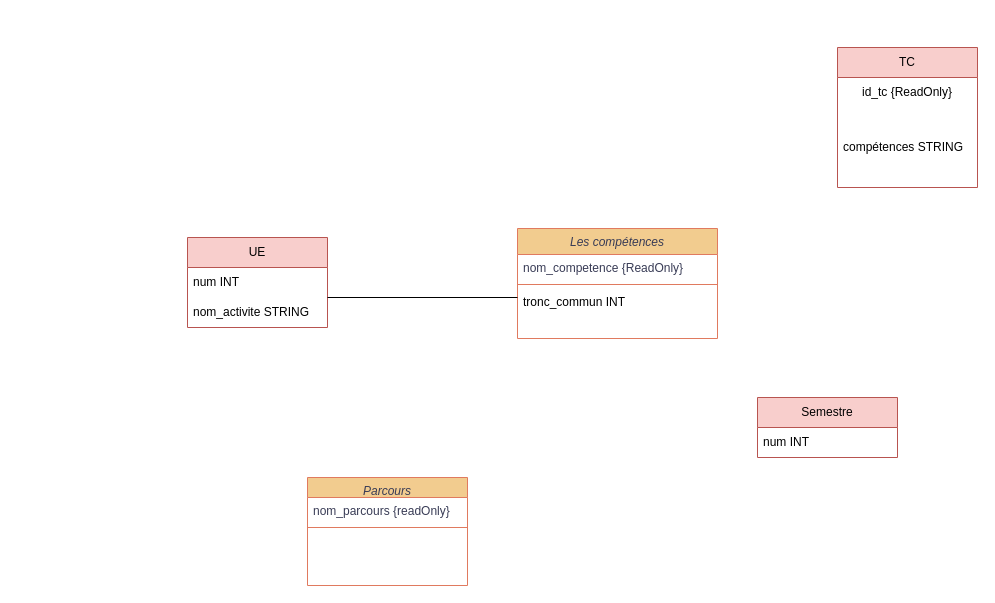
This is Untitled Diagram.drawio from LucasOtw/SAE-1.04-BDD, a draw.io file, before an edit. Source tidied: cells renumbered, new cells numbered last; positions are measured from the earlier drawing's top-left corner, leaving out a move shared by most shapes. Both pictures are drawn from the tidied source at 100%, with x=0, y=0 at pixel (187, 47).
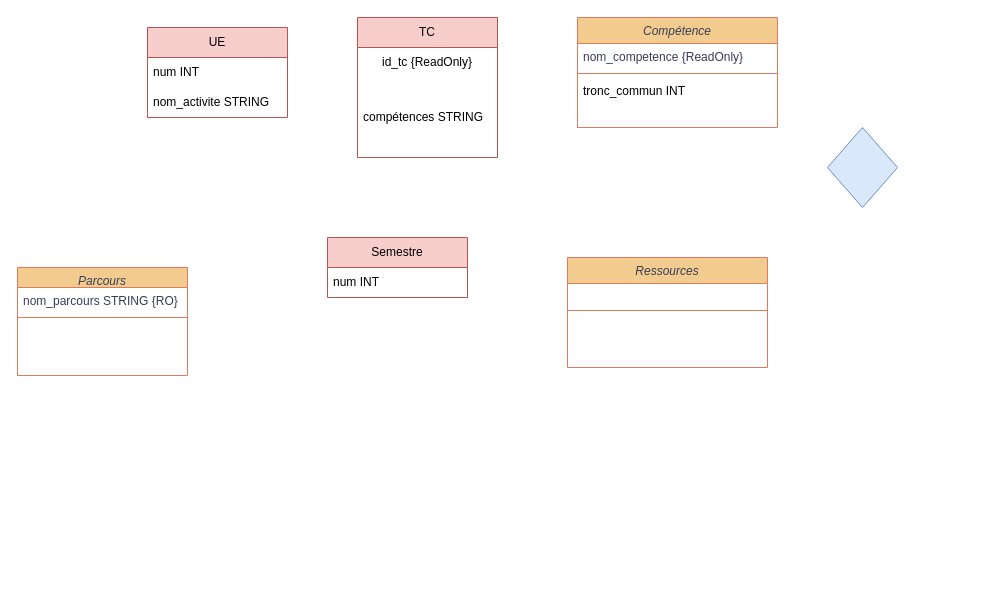
The same diagram, later.

Diff of the diagram source:
```diff
@@
 <mxGraphModel>
   <root>
     <mxCell id="0" />
     <mxCell id="1" parent="0" />
     <mxCell id="2" value="Parcours" style="swimlane;fontStyle=2;align=center;verticalAlign=top;horizontal=1;startSize=20;rounded=0;shadow=0;strokeWidth=1;labelBackgroundColor=none;fillColor=#F2CC8F;strokeColor=#E07A5F;fontColor=#393C56;" parent="1" vertex="1">
-      <mxGeometry x="120" y="430" width="160" height="108" as="geometry" />
+      <mxGeometry x="-170" y="220" width="170" height="108" as="geometry" />
     </mxCell>
-    <mxCell id="3" value="nom_parcours {readOnly}" style="text;align=left;verticalAlign=top;spacingLeft=4;spacingRight=4;overflow=hidden;labelBackgroundColor=none;fontColor=#393C56;" parent="2" vertex="1">
-      <mxGeometry y="20" width="160" height="26" as="geometry" />
+    <mxCell id="3" value="nom_parcours STRING {RO}" style="text;align=left;verticalAlign=top;spacingLeft=4;spacingRight=4;overflow=hidden;labelBackgroundColor=none;fontColor=#393C56;" parent="2" vertex="1">
+      <mxGeometry y="20" width="170" height="26" as="geometry" />
     </mxCell>
     <mxCell id="4" style="line;html=1;strokeWidth=1;align=left;verticalAlign=middle;spacingTop=-1;spacingLeft=3;spacingRight=3;labelPosition=right;labelBackgroundColor=none;fillColor=#F2CC8F;strokeColor=#E07A5F;fontColor=#393C56;" parent="2" vertex="1">
-      <mxGeometry y="46" width="160" height="8" as="geometry" />
+      <mxGeometry y="46" width="170" height="8" as="geometry" />
     </mxCell>
-    <mxCell id="5" value="Les compétences" style="swimlane;fontStyle=2;align=center;verticalAlign=top;horizontal=1;startSize=26;rounded=0;shadow=0;strokeWidth=1;labelBackgroundColor=none;fillColor=#F2CC8F;strokeColor=#E07A5F;fontColor=#393C56;" parent="1" vertex="1">
-      <mxGeometry x="330" y="181" width="200" height="110" as="geometry" />
+    <mxCell id="5" value="Compétence" style="swimlane;fontStyle=2;align=center;verticalAlign=top;horizontal=1;startSize=26;rounded=0;shadow=0;strokeWidth=1;labelBackgroundColor=none;fillColor=#F2CC8F;strokeColor=#E07A5F;fontColor=#393C56;" parent="1" vertex="1">
+      <mxGeometry x="390" y="-30" width="200" height="110" as="geometry" />
     </mxCell>
     <mxCell id="6" value="nom_competence {ReadOnly}" style="text;align=left;verticalAlign=top;spacingLeft=4;spacingRight=4;overflow=hidden;labelBackgroundColor=none;fontColor=#393C56;" parent="5" vertex="1">
       <mxGeometry y="26" width="200" height="26" as="geometry" />
     </mxCell>
     <mxCell id="7" style="line;html=1;strokeWidth=1;align=left;verticalAlign=middle;spacingTop=-1;spacingLeft=3;spacingRight=3;labelPosition=right;labelBackgroundColor=none;fillColor=#F2CC8F;strokeColor=#E07A5F;fontColor=#393C56;" parent="5" vertex="1">
       <mxGeometry y="52" width="200" height="8" as="geometry" />
     </mxCell>
     <mxCell id="8" value="tronc_commun INT" style="text;strokeColor=none;fillColor=none;align=left;verticalAlign=top;spacingLeft=4;spacingRight=4;overflow=hidden;whiteSpace=wrap;html=1;" parent="5" vertex="1">
       <mxGeometry y="60" width="200" height="50" as="geometry" />
     </mxCell>
     <mxCell id="9" value="UE" style="swimlane;fontStyle=0;horizontal=1;startSize=30;whiteSpace=wrap;html=1;fillColor=#f8cecc;strokeColor=#b85450;" parent="1" vertex="1">
-      <mxGeometry y="190" width="140" height="90" as="geometry" />
+      <mxGeometry x="-40" y="-20" width="140" height="90" as="geometry" />
     </mxCell>
     <mxCell id="10" value="num INT" style="text;strokeColor=none;fillColor=none;align=left;verticalAlign=middle;spacingLeft=4;spacingRight=4;overflow=hidden;whiteSpace=wrap;html=1;" parent="9" vertex="1">
       <mxGeometry y="30" width="140" height="30" as="geometry" />
     </mxCell>
     <mxCell id="11" value="nom_activite STRING" style="text;strokeColor=none;fillColor=none;align=left;verticalAlign=middle;spacingLeft=4;spacingRight=4;overflow=hidden;whiteSpace=wrap;html=1;" parent="9" vertex="1">
       <mxGeometry y="60" width="140" height="30" as="geometry" />
     </mxCell>
-    <mxCell id="12" style="endArrow=none;html=1;rounded=0;" parent="1" edge="1">
-      <mxGeometry relative="1" as="geometry">
-        <mxPoint x="140" y="250" as="sourcePoint" />
-        <mxPoint x="330" y="250" as="targetPoint" />
-      </mxGeometry>
-    </mxCell>
     <mxCell id="13" value="TC" style="swimlane;fontStyle=0;horizontal=1;startSize=30;whiteSpace=wrap;html=1;fillColor=#f8cecc;strokeColor=#b85450;" parent="1" vertex="1">
-      <mxGeometry x="650" width="140" height="140" as="geometry" />
+      <mxGeometry x="170" y="-30" width="140" height="140" as="geometry" />
     </mxCell>
     <mxCell id="14" value="&lt;div&gt;id_tc {ReadOnly}&lt;br&gt;&lt;/div&gt;" style="text;html=1;strokeColor=none;fillColor=none;align=center;verticalAlign=middle;whiteSpace=wrap;rounded=0;" parent="13" vertex="1">
       <mxGeometry y="30" width="140" height="30" as="geometry" />
     </mxCell>
     <mxCell id="15" value="compétences STRING" style="text;strokeColor=none;fillColor=none;align=left;verticalAlign=middle;spacingLeft=4;spacingRight=4;overflow=hidden;whiteSpace=wrap;html=1;" parent="13" vertex="1">
       <mxGeometry y="60" width="140" height="80" as="geometry" />
     </mxCell>
     <mxCell id="16" value="Semestre" style="swimlane;fontStyle=0;horizontal=1;startSize=30;whiteSpace=wrap;html=1;fillColor=#f8cecc;strokeColor=#b85450;" parent="1" vertex="1">
-      <mxGeometry x="570" y="350" width="140" height="60" as="geometry" />
+      <mxGeometry x="140" y="190" width="140" height="60" as="geometry" />
     </mxCell>
     <mxCell id="17" value="num INT" style="text;strokeColor=none;fillColor=none;align=left;verticalAlign=middle;spacingLeft=4;spacingRight=4;overflow=hidden;whiteSpace=wrap;html=1;" parent="16" vertex="1">
       <mxGeometry y="30" width="140" height="30" as="geometry" />
     </mxCell>
+    <mxCell id="18" style="rhombus;whiteSpace=wrap;html=1;fillColor=#dae8fc;strokeColor=#6c8ebf;" parent="1" vertex="1">
+      <mxGeometry x="640" y="80" width="70" height="80" as="geometry" />
+    </mxCell>
+    <mxCell id="19" value="Ressources" style="swimlane;fontStyle=2;align=center;verticalAlign=top;horizontal=1;startSize=26;rounded=0;shadow=0;strokeWidth=1;labelBackgroundColor=none;fillColor=#F2CC8F;strokeColor=#E07A5F;fontColor=#393C56;" parent="1" vertex="1">
+      <mxGeometry x="380" y="210" width="200" height="110" as="geometry" />
+    </mxCell>
+    <mxCell id="20" style="line;html=1;strokeWidth=1;align=left;verticalAlign=middle;spacingTop=-1;spacingLeft=3;spacingRight=3;labelPosition=right;labelBackgroundColor=none;fillColor=#F2CC8F;strokeColor=#E07A5F;fontColor=#393C56;" parent="19" vertex="1">
+      <mxGeometry y="26" width="200" height="54" as="geometry" />
+    </mxCell>
   </root>
 </mxGraphModel>
```
